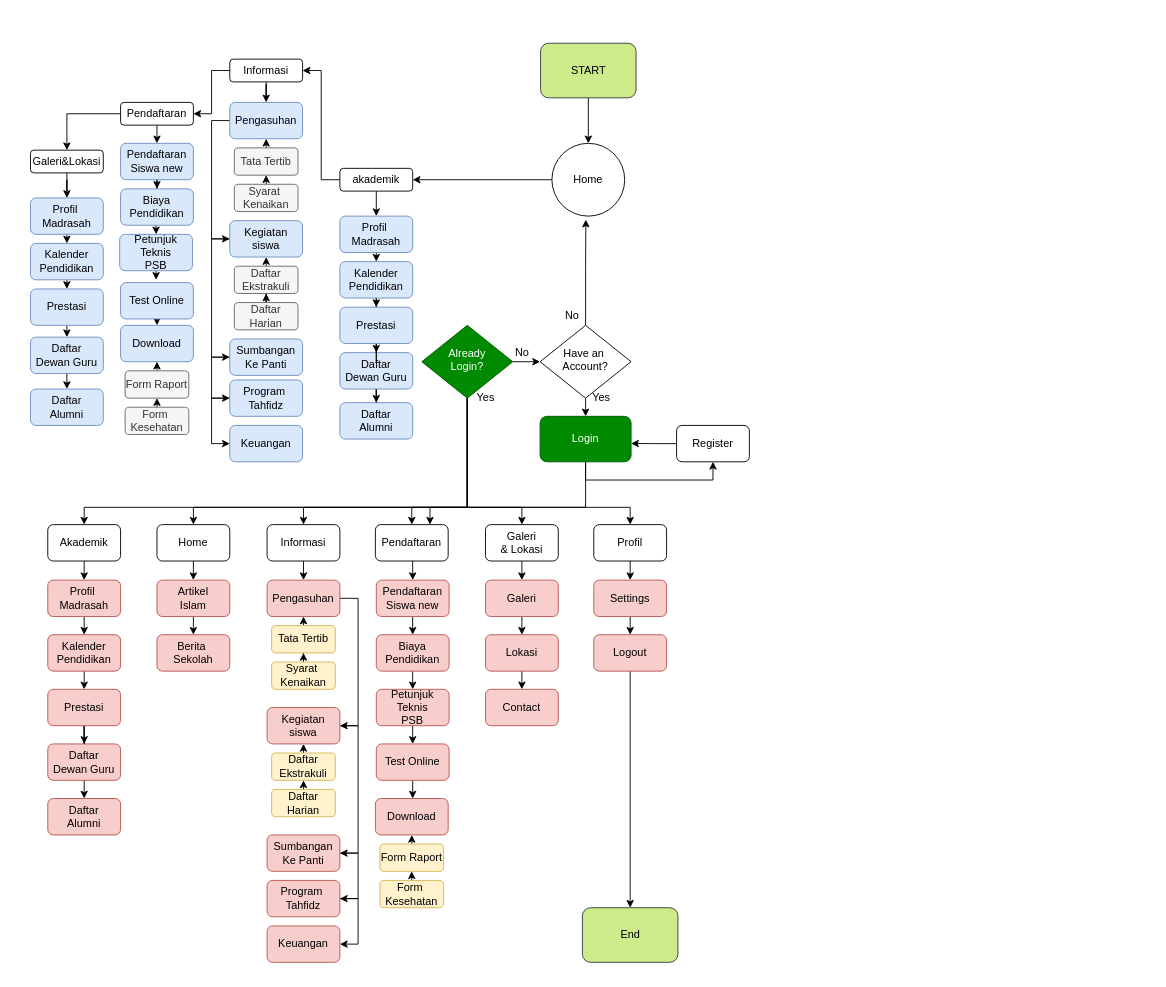
Earlier version of the draw.io diagram Website/Untitled Diagram.drawio (Teddir/Portofolio). Source tidied: cells renumbered, new cells numbered last; positions are measured from the earlier drawing's top-left corner, leaving out a move shared by most shapes. Both pictures are drawn from the tidied source at 91%, with x=0, y=0 at pixel (30, 43).
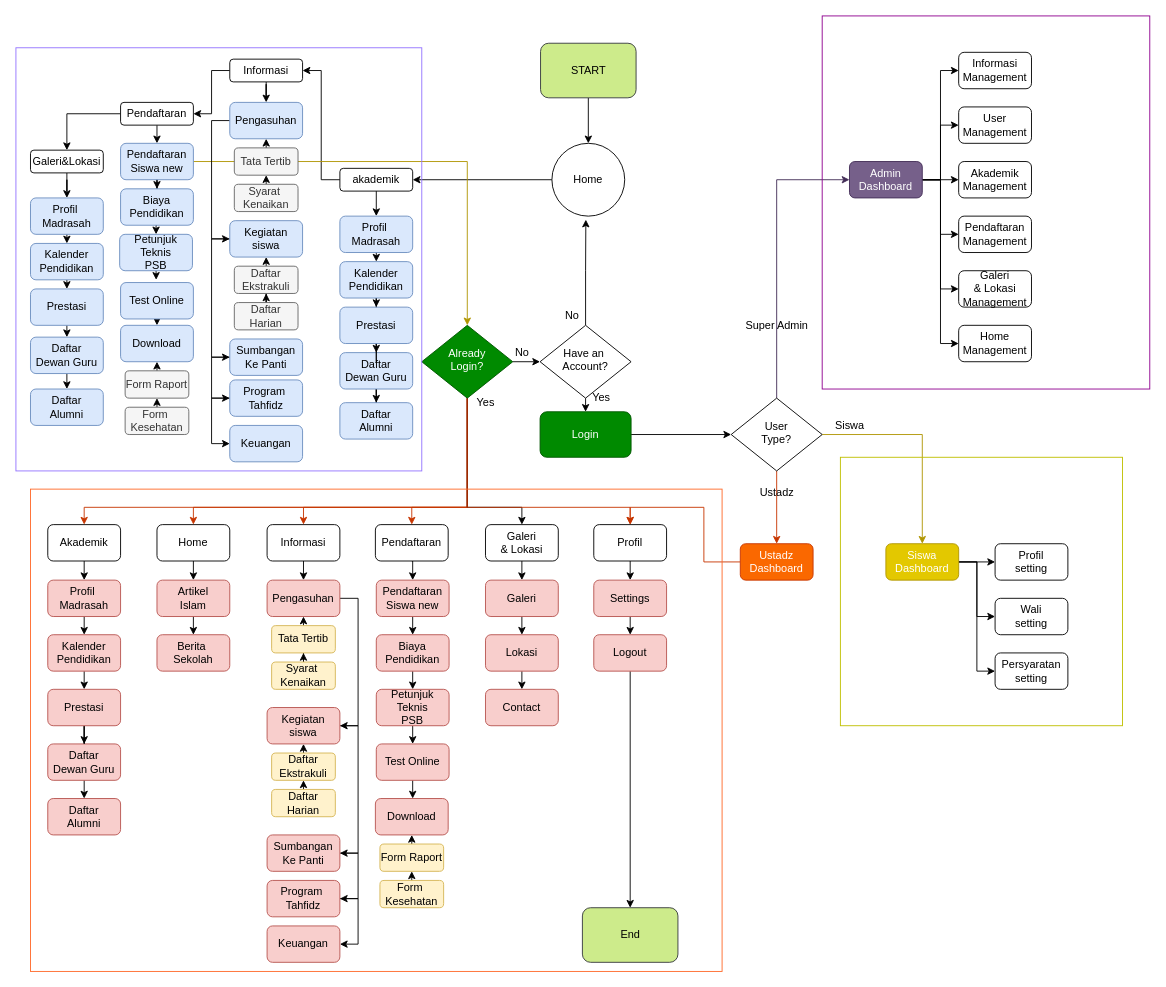
The same diagram, later.

Unchanged cells that the change refers to:
```xml
<mxCell id="11" value="Already&lt;br&gt;Login?" style="rhombus;whiteSpace=wrap;html=1;shadow=0;fontFamily=Helvetica;fontSize=12;align=center;strokeWidth=1;spacing=6;spacingTop=-4;fillColor=#008a00;strokeColor=#005700;fontColor=#ffffff;" parent="1" vertex="1">
  <mxGeometry x="430" y="310" width="100" height="80" as="geometry" />
</mxCell>
<mxCell id="36" value="Akademik" style="rounded=1;whiteSpace=wrap;html=1;fontSize=12;glass=0;strokeWidth=1;shadow=0;" parent="1" vertex="1">
  <mxGeometry x="19" y="529" width="80" height="40" as="geometry" />
</mxCell>
<mxCell id="38" value="Informasi" style="rounded=1;whiteSpace=wrap;html=1;fontSize=12;glass=0;strokeWidth=1;shadow=0;" parent="1" vertex="1">
  <mxGeometry x="260" y="529" width="80" height="40" as="geometry" />
</mxCell>
<mxCell id="40" value="Home" style="rounded=1;whiteSpace=wrap;html=1;fontSize=12;glass=0;strokeWidth=1;shadow=0;" parent="1" vertex="1">
  <mxGeometry x="139" y="529" width="80" height="40" as="geometry" />
</mxCell>
<mxCell id="42" value="Pendaftaran" style="rounded=1;whiteSpace=wrap;html=1;fontSize=12;glass=0;strokeWidth=1;shadow=0;" parent="1" vertex="1">
  <mxGeometry x="379" y="529" width="80" height="40" as="geometry" />
</mxCell>
<mxCell id="95" value="Profil" style="rounded=1;whiteSpace=wrap;html=1;fontSize=12;glass=0;strokeWidth=1;shadow=0;" parent="1" vertex="1">
  <mxGeometry x="619" y="529" width="80" height="40" as="geometry" />
</mxCell>
<mxCell id="112" value="Pendaftaran&lt;br&gt;Siswa new" style="rounded=1;whiteSpace=wrap;html=1;fontSize=12;glass=0;strokeWidth=1;shadow=0;fillColor=#dae8fc;strokeColor=#6c8ebf;" parent="1" vertex="1">
  <mxGeometry x="99" y="110" width="80" height="40" as="geometry" />
</mxCell>
```

The edit, as a diff of the source:
```diff
@@
-    <mxCell id="2" style="edgeStyle=orthogonalEdgeStyle;rounded=0;jettySize=auto;html=1;exitX=0;exitY=0.5;exitDx=0;exitDy=0;entryX=1;entryY=0.597;entryDx=0;entryDy=0;entryPerimeter=0;" parent="1" edge="1" source="3" target="33">
-      <mxGeometry relative="1" as="geometry" />
-    </mxCell>
-    <mxCell id="3" value="Register" style="rounded=1;whiteSpace=wrap;html=1;fontSize=12;glass=0;strokeWidth=1;shadow=0;" parent="1" vertex="1">
-      <mxGeometry x="710" y="420" width="80" height="40" as="geometry" />
-    </mxCell>
@@
-    <mxCell id="5" style="edgeStyle=orthogonalEdgeStyle;rounded=0;jettySize=auto;html=1;exitX=0.5;exitY=1;exitDx=0;exitDy=0;" parent="1" edge="1" source="11" target="36">
+    <mxCell id="5" style="edgeStyle=orthogonalEdgeStyle;rounded=0;jettySize=auto;html=1;exitX=0.5;exitY=1;exitDx=0;exitDy=0;fillColor=#fa6800;strokeColor=#C73500;" parent="1" edge="1" source="11" target="36">
       <mxGeometry relative="1" as="geometry">
         <Array as="points">
           <mxPoint x="480" y="510" />
           <mxPoint x="59" y="510" />
         </Array>
       </mxGeometry>
     </mxCell>
-    <mxCell id="6" style="edgeStyle=orthogonalEdgeStyle;rounded=0;jettySize=auto;html=1;exitX=0.5;exitY=1;exitDx=0;exitDy=0;entryX=0.5;entryY=0;entryDx=0;entryDy=0;" parent="1" edge="1" source="11" target="40">
+    <mxCell id="6" style="edgeStyle=orthogonalEdgeStyle;rounded=0;jettySize=auto;html=1;exitX=0.5;exitY=1;exitDx=0;exitDy=0;entryX=0.5;entryY=0;entryDx=0;entryDy=0;fillColor=#fa6800;strokeColor=#C73500;" parent="1" edge="1" source="11" target="40">
       <mxGeometry relative="1" as="geometry">
         <Array as="points">
           <mxPoint x="480" y="510" />
           <mxPoint x="179" y="510" />
         </Array>
       </mxGeometry>
     </mxCell>
-    <mxCell id="7" style="edgeStyle=orthogonalEdgeStyle;rounded=0;jettySize=auto;html=1;exitX=0.5;exitY=1;exitDx=0;exitDy=0;entryX=0.5;entryY=0;entryDx=0;entryDy=0;" parent="1" edge="1" source="11" target="38">
+    <mxCell id="7" style="edgeStyle=orthogonalEdgeStyle;rounded=0;jettySize=auto;html=1;exitX=0.5;exitY=1;exitDx=0;exitDy=0;entryX=0.5;entryY=0;entryDx=0;entryDy=0;fillColor=#fa6800;strokeColor=#C73500;" parent="1" edge="1" source="11" target="38">
       <mxGeometry relative="1" as="geometry">
         <Array as="points">
           <mxPoint x="480" y="510" />
           <mxPoint x="300" y="510" />
         </Array>
       </mxGeometry>
     </mxCell>
-    <mxCell id="8" style="edgeStyle=orthogonalEdgeStyle;rounded=0;jettySize=auto;html=1;exitX=0.5;exitY=1;exitDx=0;exitDy=0;entryX=0.5;entryY=0;entryDx=0;entryDy=0;" parent="1" edge="1" source="11" target="42">
+    <mxCell id="8" style="edgeStyle=orthogonalEdgeStyle;rounded=0;jettySize=auto;html=1;exitX=0.5;exitY=1;exitDx=0;exitDy=0;entryX=0.5;entryY=0;entryDx=0;entryDy=0;fillColor=#fa6800;strokeColor=#C73500;" parent="1" edge="1" source="11" target="42">
       <mxGeometry relative="1" as="geometry">
         <Array as="points">
           <mxPoint x="480" y="510" />
           <mxPoint x="419" y="510" />
         </Array>
       </mxGeometry>
     </mxCell>
@@
-    <mxCell id="10" style="edgeStyle=orthogonalEdgeStyle;rounded=0;jettySize=auto;html=1;exitX=0.5;exitY=1;exitDx=0;exitDy=0;entryX=0.5;entryY=0;entryDx=0;entryDy=0;" parent="1" edge="1" source="11" target="95">
+    <mxCell id="10" style="edgeStyle=orthogonalEdgeStyle;rounded=0;jettySize=auto;html=1;exitX=0.5;exitY=1;exitDx=0;exitDy=0;entryX=0.5;entryY=0;entryDx=0;entryDy=0;fillColor=#fa6800;strokeColor=#C73500;" parent="1" edge="1" source="11" target="95">
       <mxGeometry relative="1" as="geometry">
         <Array as="points">
           <mxPoint x="480" y="510" />
           <mxPoint x="659" y="510" />
         </Array>
       </mxGeometry>
     </mxCell>
@@
-    <mxCell id="31" style="edgeStyle=orthogonalEdgeStyle;rounded=0;jettySize=auto;html=1;exitX=0.5;exitY=1;exitDx=0;exitDy=0;entryX=0.75;entryY=0;entryDx=0;entryDy=0;" parent="1" edge="1" source="33" target="42">
-      <mxGeometry relative="1" as="geometry">
-        <Array as="points">
-          <mxPoint x="610" y="510" />
-          <mxPoint x="439" y="510" />
-        </Array>
-      </mxGeometry>
-    </mxCell>
-    <mxCell id="32" style="edgeStyle=orthogonalEdgeStyle;rounded=0;jettySize=auto;html=1;exitX=0.5;exitY=1;exitDx=0;exitDy=0;entryX=0.5;entryY=1;entryDx=0;entryDy=0;" parent="1" edge="1" source="33" target="3">
-      <mxGeometry relative="1" as="geometry" />
-    </mxCell>
+    <mxCell id="150" style="edgeStyle=orthogonalEdgeStyle;rounded=0;jettySize=auto;html=1;exitX=1;exitY=0.5;exitDx=0;exitDy=0;entryX=0;entryY=0.5;entryDx=0;entryDy=0;" parent="1" edge="1" source="33" target="155">
+      <mxGeometry relative="1" as="geometry" />
+    </mxCell>
     <mxCell id="33" value="Login" style="rounded=1;whiteSpace=wrap;html=1;fontSize=12;glass=0;strokeWidth=1;shadow=0;fillColor=#008a00;strokeColor=#005700;fontColor=#ffffff;" parent="1" vertex="1">
-      <mxGeometry x="560" y="410" width="100" height="50" as="geometry" />
+      <mxGeometry x="560" y="405" width="100" height="50" as="geometry" />
     </mxCell>
@@
+    <mxCell id="151" style="edgeStyle=orthogonalEdgeStyle;rounded=0;jettySize=auto;html=1;exitX=1;exitY=0.5;exitDx=0;exitDy=0;entryX=0.5;entryY=0;entryDx=0;entryDy=0;fillColor=#e3c800;strokeColor=#B09500;" parent="1" edge="1" source="112" target="11">
+      <mxGeometry relative="1" as="geometry" />
+    </mxCell>
@@
     <mxCell id="122" value="Yes" style="text;html=1;align=center;verticalAlign=middle;" parent="1" vertex="1">
-      <mxGeometry x="480" y="380" width="40" height="20" as="geometry" />
+      <mxGeometry x="480" y="385" width="40" height="20" as="geometry" />
     </mxCell>
@@
+    <mxCell id="152" style="edgeStyle=orthogonalEdgeStyle;rounded=0;jettySize=auto;html=1;exitX=0.5;exitY=1;exitDx=0;exitDy=0;entryX=0.5;entryY=0;entryDx=0;entryDy=0;fillColor=#fa6800;strokeColor=#C73500;" parent="1" edge="1" source="155" target="158">
+      <mxGeometry relative="1" as="geometry" />
+    </mxCell>
+    <mxCell id="153" style="edgeStyle=orthogonalEdgeStyle;rounded=0;jettySize=auto;html=1;exitX=0.5;exitY=0;exitDx=0;exitDy=0;entryX=0;entryY=0.5;entryDx=0;entryDy=0;fillColor=#76608a;strokeColor=#432D57;" parent="1" edge="1" source="155" target="165">
+      <mxGeometry relative="1" as="geometry" />
+    </mxCell>
+    <mxCell id="154" style="edgeStyle=orthogonalEdgeStyle;rounded=0;jettySize=auto;html=1;exitX=1;exitY=0.5;exitDx=0;exitDy=0;entryX=0.5;entryY=0;entryDx=0;entryDy=0;fillColor=#e3c800;strokeColor=#B09500;" parent="1" edge="1" source="155" target="170">
+      <mxGeometry relative="1" as="geometry" />
+    </mxCell>
+    <mxCell id="155" value="User&lt;br&gt;Type?" style="rhombus;whiteSpace=wrap;html=1;shadow=0;fontFamily=Helvetica;fontSize=12;align=center;strokeWidth=1;spacing=6;spacingTop=-4;" parent="1" vertex="1">
+      <mxGeometry x="770" y="390" width="100" height="80" as="geometry" />
+    </mxCell>
+    <mxCell id="156" value="Ustadz" style="text;html=1;align=center;verticalAlign=middle;" parent="1" vertex="1">
+      <mxGeometry x="795" y="484" width="50" height="20" as="geometry" />
+    </mxCell>
+    <mxCell id="157" style="edgeStyle=orthogonalEdgeStyle;rounded=0;jettySize=auto;html=1;exitX=0;exitY=0.5;exitDx=0;exitDy=0;entryX=0.5;entryY=0;entryDx=0;entryDy=0;fillColor=#fa6800;strokeColor=#C73500;" parent="1" edge="1" source="158" target="95">
+      <mxGeometry relative="1" as="geometry">
+        <Array as="points">
+          <mxPoint x="740" y="570" />
+          <mxPoint x="740" y="510" />
+          <mxPoint x="659" y="510" />
+        </Array>
+      </mxGeometry>
+    </mxCell>
+    <mxCell id="158" value="Ustadz&lt;br&gt;Dashboard" style="rounded=1;whiteSpace=wrap;html=1;fontSize=12;glass=0;strokeWidth=1;shadow=0;fillColor=#fa6800;strokeColor=#C73500;fontColor=#ffffff;" parent="1" vertex="1">
+      <mxGeometry x="780" y="550" width="80" height="40" as="geometry" />
+    </mxCell>
+    <mxCell id="159" style="edgeStyle=orthogonalEdgeStyle;rounded=0;jettySize=auto;html=1;exitX=1;exitY=0.5;exitDx=0;exitDy=0;entryX=0;entryY=0.5;entryDx=0;entryDy=0;" parent="1" edge="1" source="165" target="172">
+      <mxGeometry relative="1" as="geometry" />
+    </mxCell>
+    <mxCell id="160" style="edgeStyle=orthogonalEdgeStyle;rounded=0;jettySize=auto;html=1;exitX=1;exitY=0.5;exitDx=0;exitDy=0;entryX=0;entryY=0.5;entryDx=0;entryDy=0;" parent="1" edge="1" source="165" target="173">
+      <mxGeometry relative="1" as="geometry" />
+    </mxCell>
+    <mxCell id="161" style="edgeStyle=orthogonalEdgeStyle;rounded=0;jettySize=auto;html=1;exitX=1;exitY=0.5;exitDx=0;exitDy=0;entryX=0;entryY=0.5;entryDx=0;entryDy=0;" parent="1" edge="1" source="165" target="171">
+      <mxGeometry relative="1" as="geometry" />
+    </mxCell>
+    <mxCell id="162" style="edgeStyle=orthogonalEdgeStyle;rounded=0;jettySize=auto;html=1;exitX=1;exitY=0.5;exitDx=0;exitDy=0;entryX=0;entryY=0.5;entryDx=0;entryDy=0;" parent="1" edge="1" source="165" target="174">
+      <mxGeometry relative="1" as="geometry" />
+    </mxCell>
+    <mxCell id="163" style="edgeStyle=orthogonalEdgeStyle;rounded=0;jettySize=auto;html=1;exitX=1;exitY=0.5;exitDx=0;exitDy=0;entryX=0;entryY=0.5;entryDx=0;entryDy=0;" parent="1" edge="1" source="165" target="175">
+      <mxGeometry relative="1" as="geometry" />
+    </mxCell>
+    <mxCell id="164" style="edgeStyle=orthogonalEdgeStyle;rounded=0;jettySize=auto;html=1;exitX=1;exitY=0.5;exitDx=0;exitDy=0;entryX=0;entryY=0.5;entryDx=0;entryDy=0;" parent="1" edge="1" source="165" target="176">
+      <mxGeometry relative="1" as="geometry" />
+    </mxCell>
+    <mxCell id="165" value="Admin&lt;br&gt;Dashboard" style="rounded=1;whiteSpace=wrap;html=1;fontSize=12;glass=0;strokeWidth=1;shadow=0;fillColor=#76608a;strokeColor=#432D57;fontColor=#ffffff;" parent="1" vertex="1">
+      <mxGeometry x="900" y="130" width="80" height="40" as="geometry" />
+    </mxCell>
+    <mxCell id="166" value="Super Admin" style="text;html=1;align=center;verticalAlign=middle;" parent="1" vertex="1">
+      <mxGeometry x="780" y="300" width="80" height="20" as="geometry" />
+    </mxCell>
+    <mxCell id="167" style="edgeStyle=orthogonalEdgeStyle;rounded=0;jettySize=auto;html=1;exitX=1;exitY=0.5;exitDx=0;exitDy=0;entryX=0;entryY=0.5;entryDx=0;entryDy=0;" parent="1" edge="1" source="170" target="178">
+      <mxGeometry relative="1" as="geometry" />
+    </mxCell>
+    <mxCell id="168" style="edgeStyle=orthogonalEdgeStyle;rounded=0;jettySize=auto;html=1;exitX=1;exitY=0.5;exitDx=0;exitDy=0;entryX=0;entryY=0.5;entryDx=0;entryDy=0;" parent="1" edge="1" source="170" target="179">
+      <mxGeometry relative="1" as="geometry" />
+    </mxCell>
+    <mxCell id="169" style="edgeStyle=orthogonalEdgeStyle;rounded=0;jettySize=auto;html=1;exitX=1;exitY=0.5;exitDx=0;exitDy=0;entryX=0;entryY=0.5;entryDx=0;entryDy=0;" parent="1" edge="1" source="170" target="180">
+      <mxGeometry relative="1" as="geometry" />
+    </mxCell>
+    <mxCell id="170" value="Siswa&lt;br&gt;Dashboard" style="rounded=1;whiteSpace=wrap;html=1;fontSize=12;glass=0;strokeWidth=1;shadow=0;fillColor=#e3c800;strokeColor=#B09500;fontColor=#ffffff;" parent="1" vertex="1">
+      <mxGeometry x="940" y="550" width="80" height="40" as="geometry" />
+    </mxCell>
+    <mxCell id="171" value="Akademik&lt;br&gt;Management" style="rounded=1;whiteSpace=wrap;html=1;fontSize=12;glass=0;strokeWidth=1;shadow=0;" parent="1" vertex="1">
+      <mxGeometry x="1020" y="130" width="80" height="40" as="geometry" />
+    </mxCell>
+    <mxCell id="172" value="Informasi&lt;br&gt;Management" style="rounded=1;whiteSpace=wrap;html=1;fontSize=12;glass=0;strokeWidth=1;shadow=0;" parent="1" vertex="1">
+      <mxGeometry x="1020" y="10" width="80" height="40" as="geometry" />
+    </mxCell>
+    <mxCell id="173" value="User&lt;br&gt;Management" style="rounded=1;whiteSpace=wrap;html=1;fontSize=12;glass=0;strokeWidth=1;shadow=0;" parent="1" vertex="1">
+      <mxGeometry x="1020" y="70" width="80" height="40" as="geometry" />
+    </mxCell>
+    <mxCell id="174" value="Pendaftaran&lt;br&gt;Management" style="rounded=1;whiteSpace=wrap;html=1;fontSize=12;glass=0;strokeWidth=1;shadow=0;" parent="1" vertex="1">
+      <mxGeometry x="1020" y="190" width="80" height="40" as="geometry" />
+    </mxCell>
+    <mxCell id="175" value="Galeri&lt;br&gt;&amp;amp; Lokasi&lt;br&gt;Management" style="rounded=1;whiteSpace=wrap;html=1;fontSize=12;glass=0;strokeWidth=1;shadow=0;" parent="1" vertex="1">
+      <mxGeometry x="1020" y="250" width="80" height="40" as="geometry" />
+    </mxCell>
+    <mxCell id="176" value="Home&lt;br&gt;Management" style="rounded=1;whiteSpace=wrap;html=1;fontSize=12;glass=0;strokeWidth=1;shadow=0;" parent="1" vertex="1">
+      <mxGeometry x="1020" y="310" width="80" height="40" as="geometry" />
+    </mxCell>
+    <mxCell id="177" value="Siswa" style="text;html=1;align=center;verticalAlign=middle;" parent="1" vertex="1">
+      <mxGeometry x="875" y="410" width="50" height="20" as="geometry" />
+    </mxCell>
+    <mxCell id="178" value="Profil&lt;br&gt;setting" style="rounded=1;whiteSpace=wrap;html=1;fontSize=12;glass=0;strokeWidth=1;shadow=0;" parent="1" vertex="1">
+      <mxGeometry x="1060" y="550" width="80" height="40" as="geometry" />
+    </mxCell>
+    <mxCell id="179" value="Wali&lt;br&gt;setting" style="rounded=1;whiteSpace=wrap;html=1;fontSize=12;glass=0;strokeWidth=1;shadow=0;" parent="1" vertex="1">
+      <mxGeometry x="1060" y="610" width="80" height="40" as="geometry" />
+    </mxCell>
+    <mxCell id="180" value="Persyaratan&lt;br&gt;setting" style="rounded=1;whiteSpace=wrap;html=1;fontSize=12;glass=0;strokeWidth=1;shadow=0;" parent="1" vertex="1">
+      <mxGeometry x="1060" y="670" width="80" height="40" as="geometry" />
+    </mxCell>
+    <mxCell id="181" style="rounded=0;whiteSpace=wrap;html=1;shadow=0;sketch=0;strokeWidth=1;fontColor=#000000;gradientColor=#ffffff;gradientDirection=south;fillColor=none;strokeColor=#8F008F;" parent="1" vertex="1">
+      <mxGeometry x="870" y="-30" width="360" height="410" as="geometry" />
+    </mxCell>
+    <mxCell id="182" style="rounded=0;whiteSpace=wrap;html=1;shadow=0;sketch=0;strokeWidth=1;fontColor=#000000;gradientColor=#ffffff;gradientDirection=south;fillColor=none;strokeColor=#BFBF00;" parent="1" vertex="1">
+      <mxGeometry x="890" y="455" width="310" height="295" as="geometry" />
+    </mxCell>
+    <mxCell id="183" style="rounded=0;whiteSpace=wrap;html=1;shadow=0;sketch=0;strokeWidth=1;fillColor=none;gradientColor=#ffffff;fontColor=#000000;strokeColor=#FF6929;" parent="1" vertex="1">
+      <mxGeometry y="490" width="760" height="530" as="geometry" />
+    </mxCell>
+    <mxCell id="184" style="rounded=0;whiteSpace=wrap;html=1;shadow=0;sketch=0;strokeWidth=1;fillColor=none;gradientColor=#ffffff;fontColor=#000000;strokeColor=#9373FF;" parent="1" vertex="1">
+      <mxGeometry x="-16" y="5" width="446" height="465" as="geometry" />
+    </mxCell>
```
